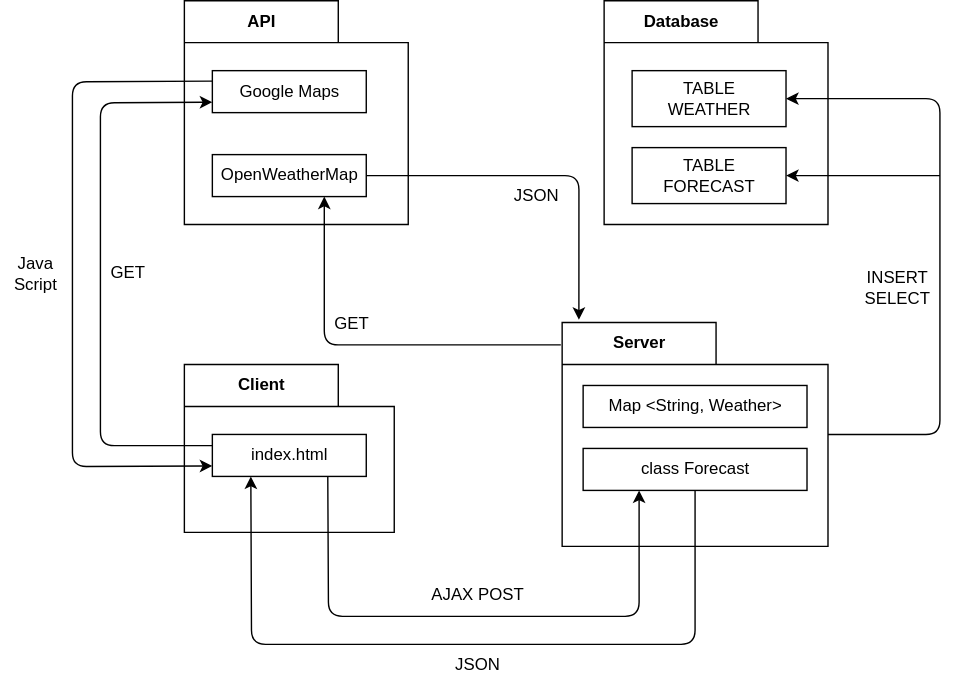
Before: docs/package_diagram.svg, a diagram exported from draw.io (suyons/clickcloud). Source tidied: cells renumbered, new cells last; positions are measured from the earlier drawing's top-left corner, leaving out a move shared by most shapes. Source of this version:
```xml
<mxGraphModel>
  <root>
    <mxCell id="0" />
    <mxCell id="1" parent="0" />
    <mxCell id="2" value="Server" style="shape=folder;fontStyle=1;tabWidth=110;tabHeight=30;tabPosition=left;html=1;boundedLbl=1;labelInHeader=1;" parent="1" vertex="1">
      <mxGeometry x="401" y="230" width="190" height="160" as="geometry" />
    </mxCell>
    <mxCell id="3" value="Map &amp;lt;String, Weather&amp;gt;" style="html=1;" parent="2" vertex="1">
      <mxGeometry width="160" height="30" relative="1" as="geometry">
        <mxPoint x="15" y="45" as="offset" />
      </mxGeometry>
    </mxCell>
    <mxCell id="4" value="class Forecast" style="html=1;" parent="2" vertex="1">
      <mxGeometry x="15" y="90" width="160" height="30" as="geometry" />
    </mxCell>
    <mxCell id="5" value="API" style="shape=folder;fontStyle=1;tabWidth=110;tabHeight=30;tabPosition=left;html=1;boundedLbl=1;labelInHeader=1;" parent="1" vertex="1">
      <mxGeometry x="131" width="160" height="160" as="geometry" />
    </mxCell>
    <mxCell id="6" value="Google Maps" style="html=1;" parent="5" vertex="1">
      <mxGeometry width="110" height="30" relative="1" as="geometry">
        <mxPoint x="20" y="50" as="offset" />
      </mxGeometry>
    </mxCell>
    <mxCell id="7" value="OpenWeatherMap" style="html=1;" parent="5" vertex="1">
      <mxGeometry x="20" y="110" width="110" height="30" as="geometry" />
    </mxCell>
    <mxCell id="8" value="Database" style="shape=folder;fontStyle=1;tabWidth=110;tabHeight=30;tabPosition=left;html=1;boundedLbl=1;labelInHeader=1;" parent="1" vertex="1">
      <mxGeometry x="431" width="160" height="160" as="geometry" />
    </mxCell>
    <mxCell id="9" value="TABLE&lt;br&gt;WEATHER" style="html=1;" parent="8" vertex="1">
      <mxGeometry width="110" height="40" relative="1" as="geometry">
        <mxPoint x="20" y="50" as="offset" />
      </mxGeometry>
    </mxCell>
    <mxCell id="10" value="TABLE&lt;br&gt;FORECAST" style="html=1;" parent="8" vertex="1">
      <mxGeometry x="20" y="105" width="110" height="40" as="geometry" />
    </mxCell>
    <mxCell id="11" value="Client" style="shape=folder;fontStyle=1;tabWidth=110;tabHeight=30;tabPosition=left;html=1;boundedLbl=1;labelInHeader=1;" parent="1" vertex="1">
      <mxGeometry x="131" y="260" width="150" height="120" as="geometry" />
    </mxCell>
    <mxCell id="12" value="index.html" style="html=1;" parent="11" vertex="1">
      <mxGeometry width="110" height="30" relative="1" as="geometry">
        <mxPoint x="20" y="50" as="offset" />
      </mxGeometry>
    </mxCell>
    <mxCell id="13" style="edgeStyle=none;html=1;exitX=0.75;exitY=1;exitDx=0;exitDy=0;entryX=0.25;entryY=1;entryDx=0;entryDy=0;" parent="11" edge="1" source="12" target="4">
      <mxGeometry relative="1" as="geometry">
        <Array as="points">
          <mxPoint x="103" y="180" />
          <mxPoint x="325" y="180" />
        </Array>
      </mxGeometry>
    </mxCell>
    <mxCell id="14" style="edgeStyle=none;html=1;exitX=1;exitY=0.5;exitDx=0;exitDy=0;entryX=1;entryY=0.5;entryDx=0;entryDy=0;exitPerimeter=0;" parent="1" edge="1" source="2" target="9">
      <mxGeometry relative="1" as="geometry">
        <Array as="points">
          <mxPoint x="671" y="310" />
          <mxPoint x="671" y="70" />
        </Array>
      </mxGeometry>
    </mxCell>
    <mxCell id="15" value="INSERT&lt;br&gt;SELECT" style="text;strokeColor=none;align=center;fillColor=none;html=1;verticalAlign=middle;whiteSpace=wrap;rounded=0;rotation=0;" parent="1" vertex="1">
      <mxGeometry x="601" y="190" width="80" height="30" as="geometry" />
    </mxCell>
    <mxCell id="16" style="edgeStyle=none;html=1;entryX=1;entryY=0.5;entryDx=0;entryDy=0;" parent="1" edge="1" target="10">
      <mxGeometry relative="1" as="geometry">
        <mxPoint x="671" y="125" as="sourcePoint" />
      </mxGeometry>
    </mxCell>
    <mxCell id="17" style="edgeStyle=none;html=1;entryX=0;entryY=0.75;entryDx=0;entryDy=0;" parent="1" edge="1" target="6">
      <mxGeometry relative="1" as="geometry">
        <mxPoint x="151" y="318" as="sourcePoint" />
        <Array as="points">
          <mxPoint x="71" y="318" />
          <mxPoint x="71" y="73" />
        </Array>
      </mxGeometry>
    </mxCell>
    <mxCell id="18" value="GET" style="text;strokeColor=none;align=center;fillColor=none;html=1;verticalAlign=middle;whiteSpace=wrap;rounded=0;rotation=0;" parent="1" vertex="1">
      <mxGeometry x="71" y="180" width="40" height="30" as="geometry" />
    </mxCell>
    <mxCell id="19" value="AJAX POST" style="text;strokeColor=none;align=center;fillColor=none;html=1;verticalAlign=middle;whiteSpace=wrap;rounded=0;rotation=0;" parent="1" vertex="1">
      <mxGeometry x="301" y="410" width="80" height="30" as="geometry" />
    </mxCell>
    <mxCell id="20" style="edgeStyle=none;html=1;exitX=-0.005;exitY=0.1;exitDx=0;exitDy=0;exitPerimeter=0;" parent="1" edge="1" source="2">
      <mxGeometry relative="1" as="geometry">
        <mxPoint x="231" y="140" as="targetPoint" />
        <Array as="points">
          <mxPoint x="231" y="246" />
        </Array>
      </mxGeometry>
    </mxCell>
    <mxCell id="21" value="GET" style="text;strokeColor=none;align=center;fillColor=none;html=1;verticalAlign=middle;whiteSpace=wrap;rounded=0;rotation=0;" parent="1" vertex="1">
      <mxGeometry x="231" y="216" width="40" height="30" as="geometry" />
    </mxCell>
    <mxCell id="22" style="edgeStyle=none;html=1;exitX=1;exitY=0.5;exitDx=0;exitDy=0;entryX=0.063;entryY=-0.012;entryDx=0;entryDy=0;entryPerimeter=0;" parent="1" edge="1" source="7" target="2">
      <mxGeometry relative="1" as="geometry">
        <Array as="points">
          <mxPoint x="413" y="125" />
        </Array>
      </mxGeometry>
    </mxCell>
    <mxCell id="23" value="JSON" style="text;strokeColor=none;align=center;fillColor=none;html=1;verticalAlign=middle;whiteSpace=wrap;rounded=0;rotation=0;" parent="1" vertex="1">
      <mxGeometry x="353" y="125" width="60" height="30" as="geometry" />
    </mxCell>
    <mxCell id="24" style="edgeStyle=none;html=1;exitX=0.5;exitY=1;exitDx=0;exitDy=0;entryX=0.25;entryY=1;entryDx=0;entryDy=0;" parent="1" edge="1" source="4" target="12">
      <mxGeometry relative="1" as="geometry">
        <Array as="points">
          <mxPoint x="496" y="460" />
          <mxPoint x="179" y="460" />
        </Array>
      </mxGeometry>
    </mxCell>
    <mxCell id="25" value="JSON" style="text;strokeColor=none;align=center;fillColor=none;html=1;verticalAlign=middle;whiteSpace=wrap;rounded=0;rotation=0;" parent="1" vertex="1">
      <mxGeometry x="301" y="460" width="80" height="30" as="geometry" />
    </mxCell>
    <mxCell id="26" style="edgeStyle=none;html=1;exitX=0;exitY=0.25;exitDx=0;exitDy=0;entryX=0;entryY=0.75;entryDx=0;entryDy=0;" parent="1" edge="1" source="6" target="12">
      <mxGeometry relative="1" as="geometry">
        <Array as="points">
          <mxPoint x="51" y="58" />
          <mxPoint x="51" y="333" />
        </Array>
      </mxGeometry>
    </mxCell>
    <mxCell id="27" value="Java&lt;br&gt;Script" style="text;strokeColor=none;align=center;fillColor=none;html=1;verticalAlign=middle;whiteSpace=wrap;rounded=0;rotation=0;" parent="1" vertex="1">
      <mxGeometry y="180" width="50" height="30" as="geometry" />
    </mxCell>
  </root>
</mxGraphModel>
```
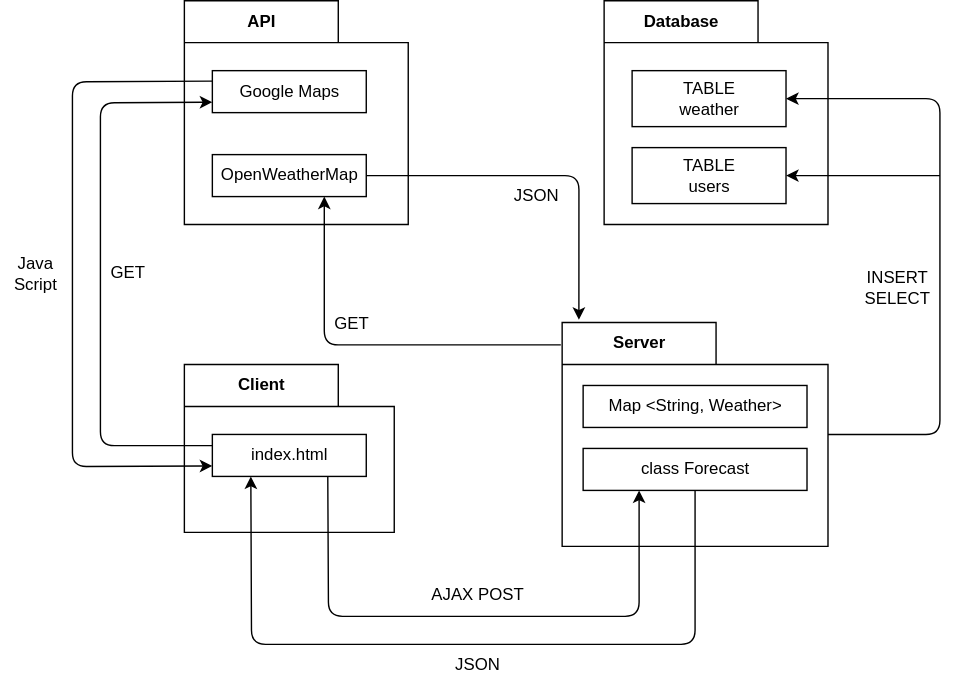
The same diagram one commit later.

What changed in the source:
```diff
@@ -27,12 +27,12 @@
     <mxCell id="8" value="Database" style="shape=folder;fontStyle=1;tabWidth=110;tabHeight=30;tabPosition=left;html=1;boundedLbl=1;labelInHeader=1;" parent="1" vertex="1">
       <mxGeometry x="431" width="160" height="160" as="geometry" />
     </mxCell>
-    <mxCell id="9" value="TABLE&lt;br&gt;WEATHER" style="html=1;" parent="8" vertex="1">
+    <mxCell id="9" value="TABLE&lt;br&gt;weather" style="html=1;" parent="8" vertex="1">
       <mxGeometry width="110" height="40" relative="1" as="geometry">
         <mxPoint x="20" y="50" as="offset" />
       </mxGeometry>
     </mxCell>
-    <mxCell id="10" value="TABLE&lt;br&gt;FORECAST" style="html=1;" parent="8" vertex="1">
+    <mxCell id="10" value="TABLE&lt;br&gt;users" style="html=1;" parent="8" vertex="1">
       <mxGeometry x="20" y="105" width="110" height="40" as="geometry" />
     </mxCell>
     <mxCell id="11" value="Client" style="shape=folder;fontStyle=1;tabWidth=110;tabHeight=30;tabPosition=left;html=1;boundedLbl=1;labelInHeader=1;" parent="1" vertex="1">
```
